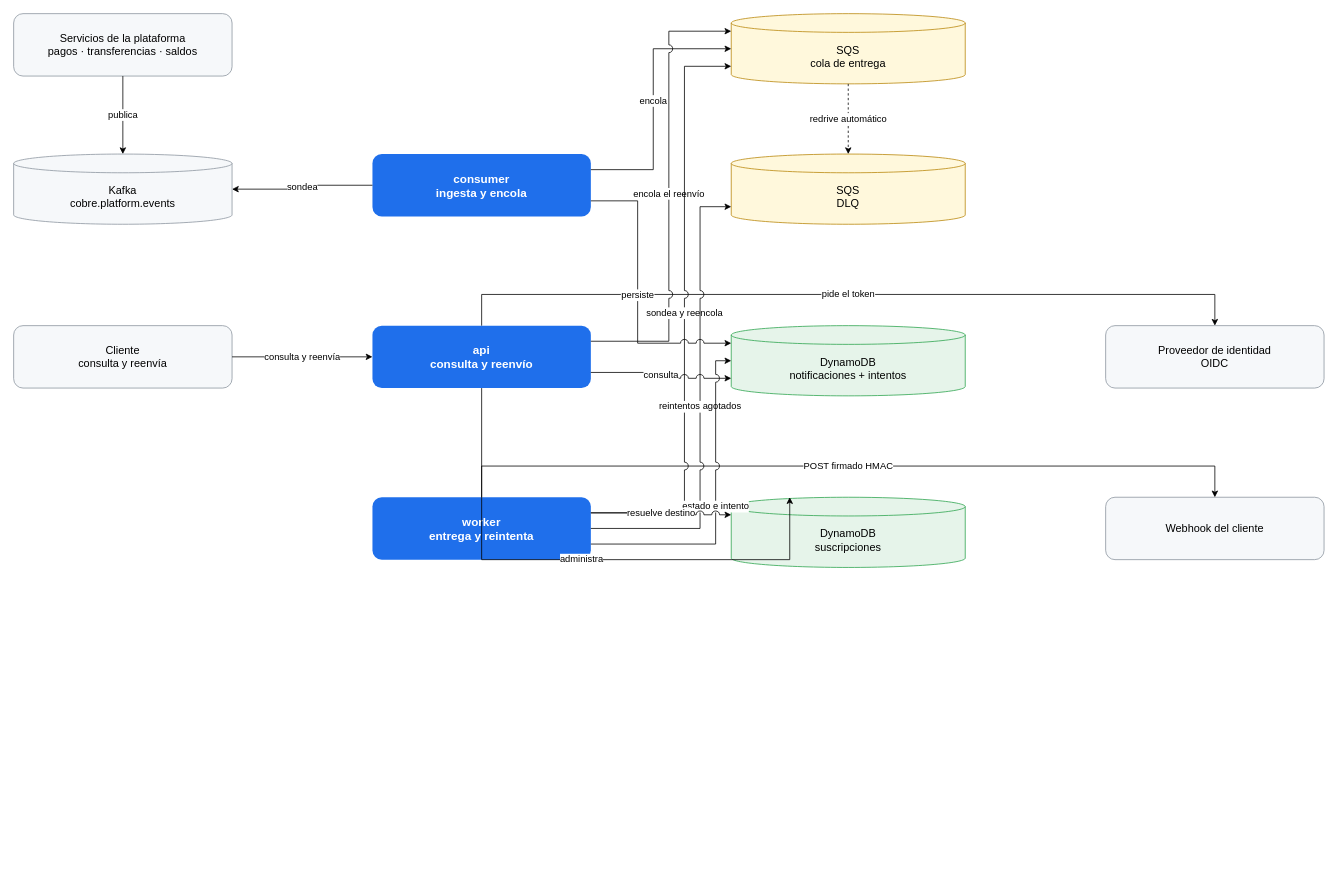
Earlier version of the draw.io diagram docs/img/arquitectura.drawio (ssalaza7/cobre-notification-delivery). Source tidied: cells renumbered, new cells numbered last; positions are measured from the earlier drawing's top-left corner, leaving out a move shared by most shapes. Both pictures are drawn from the tidied source at 78%, with x=0, y=0 at pixel (13, 13).
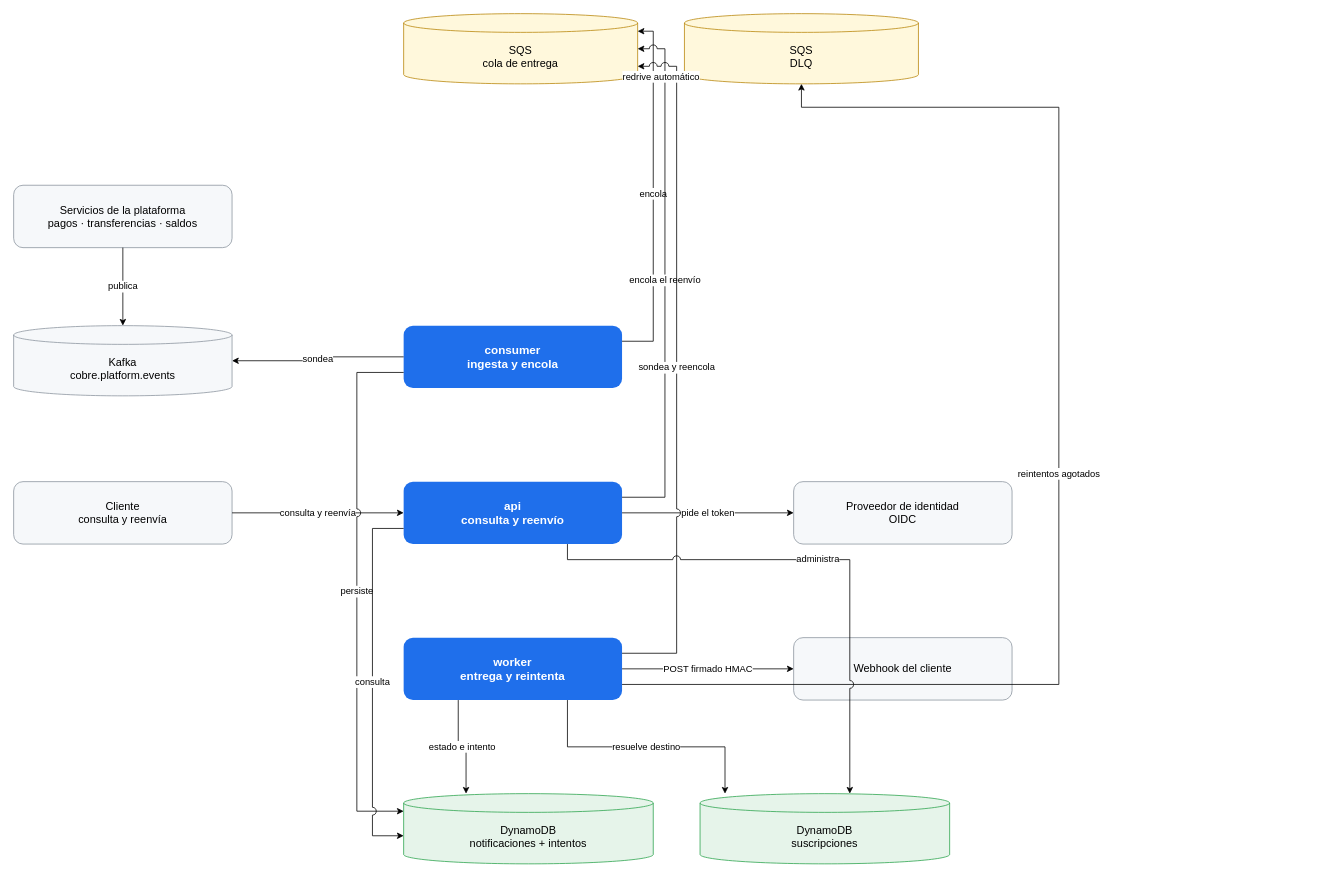
The same diagram, later.

Commit message:
docs: las colas encabezan el diagrama y las bases lo cierran

Estaban las cuatro en la misma columna de la derecha, mezclando dos cosas
distintas: por donde pasa el trabajo y donde queda el estado.

Las dos colas suben a una banda superior y las dos tablas bajan a otra
inferior. En medio queda la reticula de antes -origen a la izquierda,
ejecutables al centro, destinos externos a la derecha-, con las cinco rectas
horizontales intactas.

Se conserva el trazado: carril propio por origen y salto en los cruces.

Change to the diagram source:
```diff
@@
+    <mxCell id="8" value="SQS&#10;cola de entrega" style="shape=cylinder3;boundedLbl=1;backgroundOutline=1;size=12;whiteSpace=wrap;html=1;fillColor=#fff8dc;strokeColor=#b8860b;fontSize=14;" parent="1" vertex="1">
+      <mxGeometry x="500" width="300" height="90" as="geometry" />
+    </mxCell>
+    <mxCell id="9" value="SQS&#10;DLQ" style="shape=cylinder3;boundedLbl=1;backgroundOutline=1;size=12;whiteSpace=wrap;html=1;fillColor=#fff8dc;strokeColor=#b8860b;fontSize=14;" parent="1" vertex="1">
+      <mxGeometry x="860" width="300" height="90" as="geometry" />
+    </mxCell>
     <mxCell id="2" value="Servicios de la plataforma&#10;pagos · transferencias · saldos" style="rounded=1;whiteSpace=wrap;html=1;fillColor=#f6f8fa;strokeColor=#8c959f;fontSize=14;" parent="1" vertex="1">
-      <mxGeometry width="280" height="80" as="geometry" />
+      <mxGeometry y="220" width="280" height="80" as="geometry" />
     </mxCell>
     <mxCell id="3" value="Kafka&#10;cobre.platform.events" style="shape=cylinder3;boundedLbl=1;backgroundOutline=1;size=12;whiteSpace=wrap;html=1;fillColor=#f6f8fa;strokeColor=#8c959f;fontSize=14;" parent="1" vertex="1">
-      <mxGeometry y="180" width="280" height="90" as="geometry" />
+      <mxGeometry y="400" width="280" height="90" as="geometry" />
     </mxCell>
     <mxCell id="4" value="Cliente&#10;consulta y reenvía" style="rounded=1;whiteSpace=wrap;html=1;fillColor=#f6f8fa;strokeColor=#8c959f;fontSize=14;" parent="1" vertex="1">
-      <mxGeometry y="400" width="280" height="80" as="geometry" />
+      <mxGeometry y="600" width="280" height="80" as="geometry" />
     </mxCell>
     <mxCell id="5" value="consumer&#10;ingesta y encola" style="rounded=1;whiteSpace=wrap;html=1;fillColor=#1f6feb;strokeColor=none;fontColor=#ffffff;fontSize=15;fontStyle=1;" parent="1" vertex="1">
-      <mxGeometry x="460" y="180" width="280" height="80" as="geometry" />
+      <mxGeometry x="500" y="400" width="280" height="80" as="geometry" />
     </mxCell>
     <mxCell id="6" value="api&#10;consulta y reenvío" style="rounded=1;whiteSpace=wrap;html=1;fillColor=#1f6feb;strokeColor=none;fontColor=#ffffff;fontSize=15;fontStyle=1;" parent="1" vertex="1">
-      <mxGeometry x="460" y="400" width="280" height="80" as="geometry" />
+      <mxGeometry x="500" y="600" width="280" height="80" as="geometry" />
     </mxCell>
     <mxCell id="7" value="worker&#10;entrega y reintenta" style="rounded=1;whiteSpace=wrap;html=1;fillColor=#1f6feb;strokeColor=none;fontColor=#ffffff;fontSize=15;fontStyle=1;" parent="1" vertex="1">
-      <mxGeometry x="460" y="620" width="280" height="80" as="geometry" />
+      <mxGeometry x="500" y="800" width="280" height="80" as="geometry" />
     </mxCell>
-    <mxCell id="8" value="SQS&#10;cola de entrega" style="shape=cylinder3;boundedLbl=1;backgroundOutline=1;size=12;whiteSpace=wrap;html=1;fillColor=#fff8dc;strokeColor=#b8860b;fontSize=14;" parent="1" vertex="1">
-      <mxGeometry x="920" width="300" height="90" as="geometry" />
-    </mxCell>
-    <mxCell id="9" value="SQS&#10;DLQ" style="shape=cylinder3;boundedLbl=1;backgroundOutline=1;size=12;whiteSpace=wrap;html=1;fillColor=#fff8dc;strokeColor=#b8860b;fontSize=14;" parent="1" vertex="1">
-      <mxGeometry x="920" y="180" width="300" height="90" as="geometry" />
-    </mxCell>
+    <mxCell id="12" value="Proveedor de identidad&#10;OIDC" style="rounded=1;whiteSpace=wrap;html=1;fillColor=#f6f8fa;strokeColor=#8c959f;fontSize=14;" parent="1" vertex="1">
+      <mxGeometry x="1000" y="600" width="280" height="80" as="geometry" />
+    </mxCell>
+    <mxCell id="13" value="Webhook del cliente" style="rounded=1;whiteSpace=wrap;html=1;fillColor=#f6f8fa;strokeColor=#8c959f;fontSize=14;" parent="1" vertex="1">
+      <mxGeometry x="1000" y="800" width="280" height="80" as="geometry" />
+    </mxCell>
     <mxCell id="10" value="DynamoDB&#10;notificaciones + intentos" style="shape=cylinder3;boundedLbl=1;backgroundOutline=1;size=12;whiteSpace=wrap;html=1;fillColor=#e6f4ea;strokeColor=#2da44e;fontSize=14;" parent="1" vertex="1">
-      <mxGeometry x="920" y="400" width="300" height="90" as="geometry" />
+      <mxGeometry x="500" y="1000" width="320" height="90" as="geometry" />
     </mxCell>
     <mxCell id="11" value="DynamoDB&#10;suscripciones" style="shape=cylinder3;boundedLbl=1;backgroundOutline=1;size=12;whiteSpace=wrap;html=1;fillColor=#e6f4ea;strokeColor=#2da44e;fontSize=14;" parent="1" vertex="1">
-      <mxGeometry x="920" y="620" width="300" height="90" as="geometry" />
+      <mxGeometry x="880" y="1000" width="320" height="90" as="geometry" />
     </mxCell>
-    <mxCell id="12" value="Proveedor de identidad&#10;OIDC" style="rounded=1;whiteSpace=wrap;html=1;fillColor=#f6f8fa;strokeColor=#8c959f;fontSize=14;" parent="1" vertex="1">
-      <mxGeometry x="1400" y="400" width="280" height="80" as="geometry" />
-    </mxCell>
-    <mxCell id="13" value="Webhook del cliente" style="rounded=1;whiteSpace=wrap;html=1;fillColor=#f6f8fa;strokeColor=#8c959f;fontSize=14;" parent="1" vertex="1">
-      <mxGeometry x="1400" y="620" width="280" height="80" as="geometry" />
-    </mxCell>
@@
-    <mxCell id="17" value="pide el token" style="edgeStyle=orthogonalEdgeStyle;rounded=0;html=1;fontSize=12;jumpStyle=arc;jumpSize=10;exitX=0.5;exitY=0;exitDx=0;exitDy=0;entryX=0.5;entryY=0;entryDx=0;entryDy=0;" parent="1" edge="1" source="6" target="12">
-      <mxGeometry relative="1" as="geometry">
-        <Array as="points">
-          <mxPoint x="600" y="360" />
-          <mxPoint x="1540" y="360" />
-        </Array>
-      </mxGeometry>
+    <mxCell id="17" value="pide el token" style="edgeStyle=orthogonalEdgeStyle;rounded=0;html=1;fontSize=12;jumpStyle=arc;jumpSize=10;exitX=1;exitY=0.5;exitDx=0;exitDy=0;entryX=0;entryY=0.5;entryDx=0;entryDy=0;" parent="1" edge="1" source="6" target="12">
+      <mxGeometry relative="1" as="geometry" />
     </mxCell>
-    <mxCell id="18" value="POST firmado HMAC" style="edgeStyle=orthogonalEdgeStyle;rounded=0;html=1;fontSize=12;jumpStyle=arc;jumpSize=10;exitX=0.5;exitY=0;exitDx=0;exitDy=0;entryX=0.5;entryY=0;entryDx=0;entryDy=0;" parent="1" edge="1" source="7" target="13">
-      <mxGeometry relative="1" as="geometry">
-        <Array as="points">
-          <mxPoint x="600" y="580" />
-          <mxPoint x="1540" y="580" />
-        </Array>
-      </mxGeometry>
+    <mxCell id="18" value="POST firmado HMAC" style="edgeStyle=orthogonalEdgeStyle;rounded=0;html=1;fontSize=12;jumpStyle=arc;jumpSize=10;exitX=1;exitY=0.5;exitDx=0;exitDy=0;entryX=0;entryY=0.5;entryDx=0;entryDy=0;" parent="1" edge="1" source="7" target="13">
+      <mxGeometry relative="1" as="geometry" />
     </mxCell>
-    <mxCell id="19" value="encola" style="edgeStyle=orthogonalEdgeStyle;rounded=0;html=1;fontSize=12;jumpStyle=arc;jumpSize=10;exitX=1;exitY=0.25;exitDx=0;exitDy=0;entryX=0;entryY=0.5;entryDx=0;entryDy=0;" parent="1" edge="1" source="5" target="8">
+    <mxCell id="19" value="encola" style="edgeStyle=orthogonalEdgeStyle;rounded=0;html=1;fontSize=12;jumpStyle=arc;jumpSize=10;exitX=1;exitY=0.25;exitDx=0;exitDy=0;entryX=1;entryY=0.25;entryDx=0;entryDy=0;" parent="1" edge="1" source="5" target="8">
       <mxGeometry relative="1" as="geometry">
         <Array as="points">
-          <mxPoint x="820" y="200" />
-          <mxPoint x="820" y="45" />
+          <mxPoint x="820" y="420" />
+          <mxPoint x="820" y="23" />
         </Array>
       </mxGeometry>
     </mxCell>
-    <mxCell id="20" value="encola el reenvío" style="edgeStyle=orthogonalEdgeStyle;rounded=0;html=1;fontSize=12;jumpStyle=arc;jumpSize=10;exitX=1;exitY=0.25;exitDx=0;exitDy=0;entryX=0;entryY=0.25;entryDx=0;entryDy=0;" parent="1" edge="1" source="6" target="8">
+    <mxCell id="20" value="encola el reenvío" style="edgeStyle=orthogonalEdgeStyle;rounded=0;html=1;fontSize=12;jumpStyle=arc;jumpSize=10;exitX=1;exitY=0.25;exitDx=0;exitDy=0;entryX=1;entryY=0.5;entryDx=0;entryDy=0;" parent="1" edge="1" source="6" target="8">
       <mxGeometry relative="1" as="geometry">
         <Array as="points">
-          <mxPoint x="840" y="420" />
-          <mxPoint x="840" y="23" />
+          <mxPoint x="835" y="620" />
+          <mxPoint x="835" y="45" />
         </Array>
       </mxGeometry>
     </mxCell>
-    <mxCell id="21" value="sondea y reencola" style="edgeStyle=orthogonalEdgeStyle;rounded=0;html=1;fontSize=12;jumpStyle=arc;jumpSize=10;exitX=1;exitY=0.25;exitDx=0;exitDy=0;entryX=0;entryY=0.75;entryDx=0;entryDy=0;" parent="1" edge="1" source="7" target="8">
+    <mxCell id="21" value="sondea y reencola" style="edgeStyle=orthogonalEdgeStyle;rounded=0;html=1;fontSize=12;jumpStyle=arc;jumpSize=10;exitX=1;exitY=0.25;exitDx=0;exitDy=0;entryX=1;entryY=0.75;entryDx=0;entryDy=0;" parent="1" edge="1" source="7" target="8">
       <mxGeometry relative="1" as="geometry">
         <Array as="points">
-          <mxPoint x="860" y="640" />
-          <mxPoint x="860" y="68" />
+          <mxPoint x="850" y="820" />
+          <mxPoint x="850" y="68" />
         </Array>
       </mxGeometry>
     </mxCell>
-    <mxCell id="22" value="reintentos agotados" style="edgeStyle=orthogonalEdgeStyle;rounded=0;html=1;fontSize=12;jumpStyle=arc;jumpSize=10;exitX=1;exitY=0.5;exitDx=0;exitDy=0;entryX=0;entryY=0.75;entryDx=0;entryDy=0;" parent="1" edge="1" source="7" target="9">
+    <mxCell id="22" value="reintentos agotados" style="edgeStyle=orthogonalEdgeStyle;rounded=0;html=1;fontSize=12;jumpStyle=arc;jumpSize=10;exitX=1;exitY=0.75;exitDx=0;exitDy=0;entryX=0.5;entryY=1;entryDx=0;entryDy=0;" parent="1" edge="1" source="7" target="9">
       <mxGeometry relative="1" as="geometry">
         <Array as="points">
-          <mxPoint x="880" y="660" />
-          <mxPoint x="880" y="248" />
+          <mxPoint x="1340" y="860" />
+          <mxPoint x="1340" y="120" />
+          <mxPoint x="1010" y="120" />
         </Array>
       </mxGeometry>
     </mxCell>
-    <mxCell id="23" value="redrive automático" style="edgeStyle=orthogonalEdgeStyle;rounded=0;html=1;fontSize=12;jumpStyle=arc;jumpSize=10;dashed=1;exitX=0.5;exitY=1;exitDx=0;exitDy=0;entryX=0.5;entryY=0;entryDx=0;entryDy=0;" parent="1" edge="1" source="8" target="9">
+    <mxCell id="23" value="redrive automático" style="edgeStyle=orthogonalEdgeStyle;rounded=0;html=1;fontSize=12;jumpStyle=arc;jumpSize=10;dashed=1;exitX=1;exitY=0.9;exitDx=0;exitDy=0;entryX=0;entryY=0.9;entryDx=0;entryDy=0;" parent="1" edge="1" source="8" target="9">
       <mxGeometry relative="1" as="geometry" />
     </mxCell>
-    <mxCell id="24" value="persiste" style="edgeStyle=orthogonalEdgeStyle;rounded=0;html=1;fontSize=12;jumpStyle=arc;jumpSize=10;exitX=1;exitY=0.75;exitDx=0;exitDy=0;entryX=0;entryY=0.25;entryDx=0;entryDy=0;" parent="1" edge="1" source="5" target="10">
+    <mxCell id="24" value="persiste" style="edgeStyle=orthogonalEdgeStyle;rounded=0;html=1;fontSize=12;jumpStyle=arc;jumpSize=10;exitX=0;exitY=0.75;exitDx=0;exitDy=0;entryX=0;entryY=0.25;entryDx=0;entryDy=0;" parent="1" edge="1" source="5" target="10">
       <mxGeometry relative="1" as="geometry">
         <Array as="points">
-          <mxPoint x="800" y="240" />
-          <mxPoint x="800" y="423" />
+          <mxPoint x="440" y="460" />
+          <mxPoint x="440" y="1022" />
         </Array>
       </mxGeometry>
     </mxCell>
-    <mxCell id="25" value="consulta" style="edgeStyle=orthogonalEdgeStyle;rounded=0;html=1;fontSize=12;jumpStyle=arc;jumpSize=10;exitX=1;exitY=0.75;exitDx=0;exitDy=0;entryX=0;entryY=0.75;entryDx=0;entryDy=0;" parent="1" edge="1" source="6" target="10">
-      <mxGeometry relative="1" as="geometry" />
+    <mxCell id="25" value="consulta" style="edgeStyle=orthogonalEdgeStyle;rounded=0;html=1;fontSize=12;jumpStyle=arc;jumpSize=10;exitX=0;exitY=0.75;exitDx=0;exitDy=0;entryX=0;entryY=0.6;entryDx=0;entryDy=0;" parent="1" edge="1" source="6" target="10">
+      <mxGeometry relative="1" as="geometry">
+        <Array as="points">
+          <mxPoint x="460" y="660" />
+          <mxPoint x="460" y="1054" />
+        </Array>
+      </mxGeometry>
     </mxCell>
-    <mxCell id="26" value="estado e intento" style="edgeStyle=orthogonalEdgeStyle;rounded=0;html=1;fontSize=12;jumpStyle=arc;jumpSize=10;exitX=1;exitY=0.75;exitDx=0;exitDy=0;entryX=0;entryY=0.5;entryDx=0;entryDy=0;" parent="1" edge="1" source="7" target="10">
-      <mxGeometry relative="1" as="geometry">
-        <Array as="points">
-          <mxPoint x="900" y="680" />
-          <mxPoint x="900" y="445" />
-        </Array>
-      </mxGeometry>
+    <mxCell id="26" value="estado e intento" style="edgeStyle=orthogonalEdgeStyle;rounded=0;html=1;fontSize=12;jumpStyle=arc;jumpSize=10;exitX=0.25;exitY=1;exitDx=0;exitDy=0;entryX=0.25;entryY=0;entryDx=0;entryDy=0;" parent="1" edge="1" source="7" target="10">
+      <mxGeometry relative="1" as="geometry" />
     </mxCell>
-    <mxCell id="27" value="resuelve destino" style="edgeStyle=orthogonalEdgeStyle;rounded=0;html=1;fontSize=12;jumpStyle=arc;jumpSize=10;exitX=1;exitY=0.25;exitDx=0;exitDy=0;entryX=0;entryY=0.25;entryDx=0;entryDy=0;" parent="1" edge="1" source="7" target="11">
-      <mxGeometry relative="1" as="geometry" />
+    <mxCell id="27" value="resuelve destino" style="edgeStyle=orthogonalEdgeStyle;rounded=0;html=1;fontSize=12;jumpStyle=arc;jumpSize=10;exitX=0.75;exitY=1;exitDx=0;exitDy=0;entryX=0.1;entryY=0;entryDx=0;entryDy=0;" parent="1" edge="1" source="7" target="11">
+      <mxGeometry relative="1" as="geometry">
+        <Array as="points">
+          <mxPoint x="710" y="940" />
+          <mxPoint x="912" y="940" />
+        </Array>
+      </mxGeometry>
     </mxCell>
-    <mxCell id="28" value="administra" style="edgeStyle=orthogonalEdgeStyle;rounded=0;html=1;fontSize=12;jumpStyle=arc;jumpSize=10;exitX=0.5;exitY=1;exitDx=0;exitDy=0;entryX=0.25;entryY=0;entryDx=0;entryDy=0;" parent="1" edge="1" source="6" target="11">
+    <mxCell id="28" value="administra" style="edgeStyle=orthogonalEdgeStyle;rounded=0;html=1;fontSize=12;jumpStyle=arc;jumpSize=10;exitX=0.75;exitY=1;exitDx=0;exitDy=0;entryX=0.6;entryY=0;entryDx=0;entryDy=0;" parent="1" edge="1" source="6" target="11">
       <mxGeometry relative="1" as="geometry">
         <Array as="points">
-          <mxPoint x="600" y="700" />
-          <mxPoint x="995" y="700" />
+          <mxPoint x="710" y="700" />
+          <mxPoint x="1072" y="700" />
         </Array>
       </mxGeometry>
     </mxCell>
```
